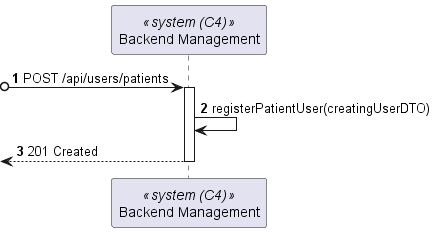
Lapr5G21/sem5pi-24-25-3ddg21 keeps this PlantUML diagram as docs/StaffProfileCreate/views/level2/process-view.png. Above is the earlier version.
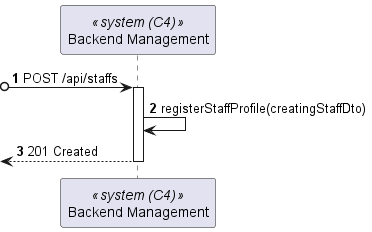
The same diagram one commit later.

The edit, as a diff of the source:
```diff
@@ -3,10 +3,10 @@
 autonumber
 participant SYS as "Backend Management" <<system (C4)>>
 
-?o-> SYS : POST /api/users/patients
+?o-> SYS : POST /api/staffs
 activate SYS
 
-SYS -> SYS : registerPatientUser(creatingUserDTO)
+SYS -> SYS : registerStaffProfile(creatingStaffDto)
 <-- SYS : 201 Created
 deactivate SYS
 
```
